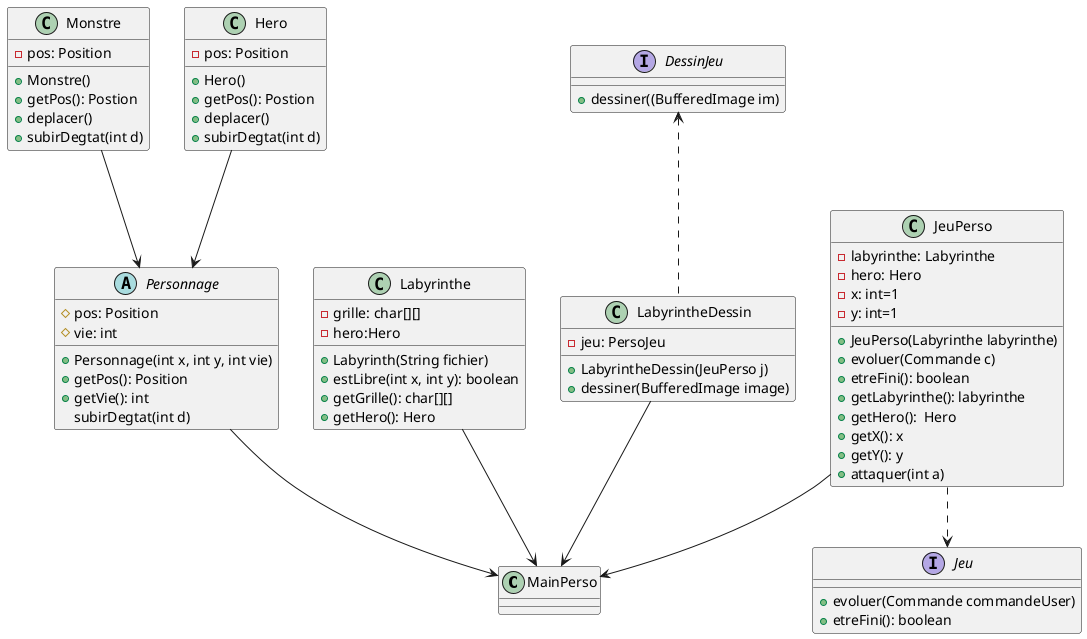
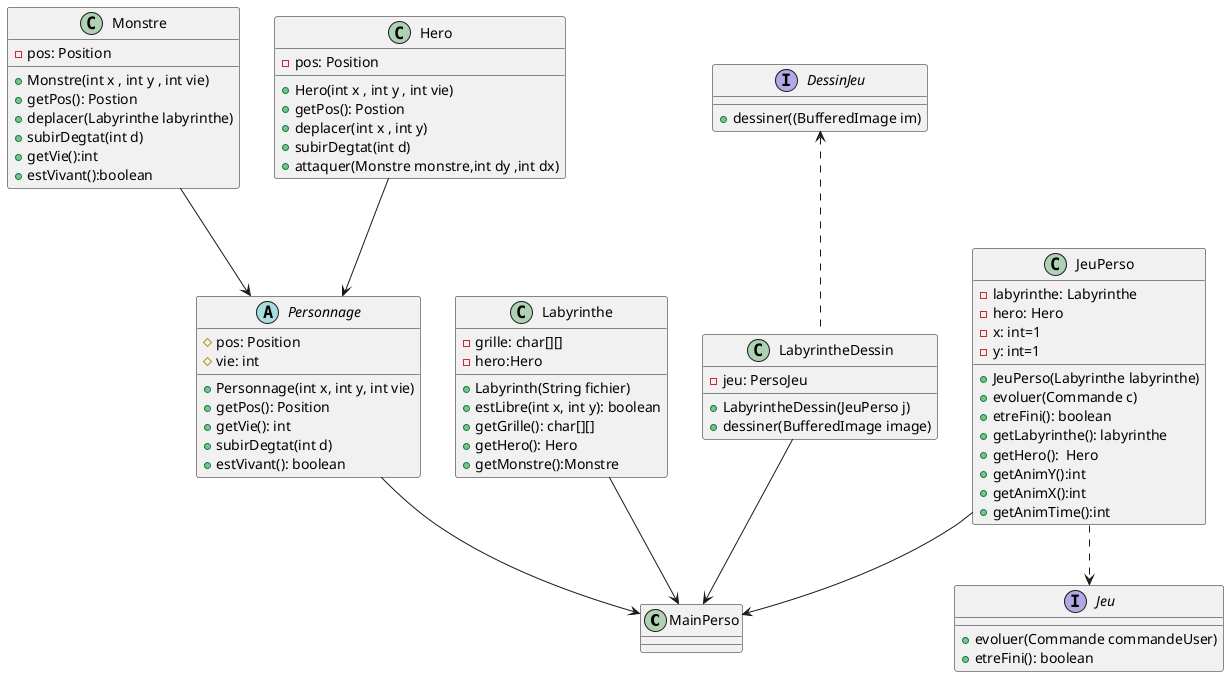
@startuml
'https://plantuml.com/class-diagram

class MainPerso

interface Jeu{
+evoluer(Commande commandeUser)
+etreFini(): boolean
}

class Monstre{
-pos: Position
- +Monstre()
+ +Monstre(int x , int y , int vie)
+getPos(): Postion
- +deplacer()
+ +deplacer(Labyrinthe labyrinthe)
+subirDegtat(int d)
+ +getVie():int
+ +estVivant():boolean
}

abstract Personnage{
#pos: Position
#vie: int
+Personnage(int x, int y, int vie)
+getPos(): Position
+getVie(): int
- subirDegtat(int d)
+ +subirDegtat(int d)
+ +estVivant(): boolean
}

class Hero{
-pos: Position
- +Hero()
+ +Hero(int x , int y , int vie)
+getPos(): Postion
- +deplacer()
+ +deplacer(int x , int y)
+subirDegtat(int d)
+ +attaquer(Monstre monstre,int dy ,int dx)
}

class Labyrinthe{
-grille: char[][]
-hero:Hero
+Labyrinth(String fichier)
+estLibre(int x, int y): boolean
+getGrille(): char[][]
+getHero(): Hero
+ +getMonstre():Monstre
}

class LabyrintheDessin{
-jeu: PersoJeu
+LabyrintheDessin(JeuPerso j)
+dessiner(BufferedImage image)
}

interface DessinJeu{
+dessiner((BufferedImage im)
}

class JeuPerso{
-labyrinthe: Labyrinthe
-hero: Hero
-x: int=1
-y: int=1
+JeuPerso(Labyrinthe labyrinthe)
+evoluer(Commande c)
+etreFini(): boolean
+getLabyrinthe(): labyrinthe
+getHero():  Hero
- +getX(): x
- +getY(): y
- +attaquer(int a)
+ +getAnimY():int
+ +getAnimX():int
+ +getAnimTime():int
}

Hero --> Personnage
Monstre--> Personnage
Personnage --> MainPerso
Labyrinthe --> MainPerso

JeuPerso..>Jeu
LabyrintheDessin-->MainPerso
JeuPerso-->MainPerso

DessinJeu<.. LabyrintheDessin


@enduml